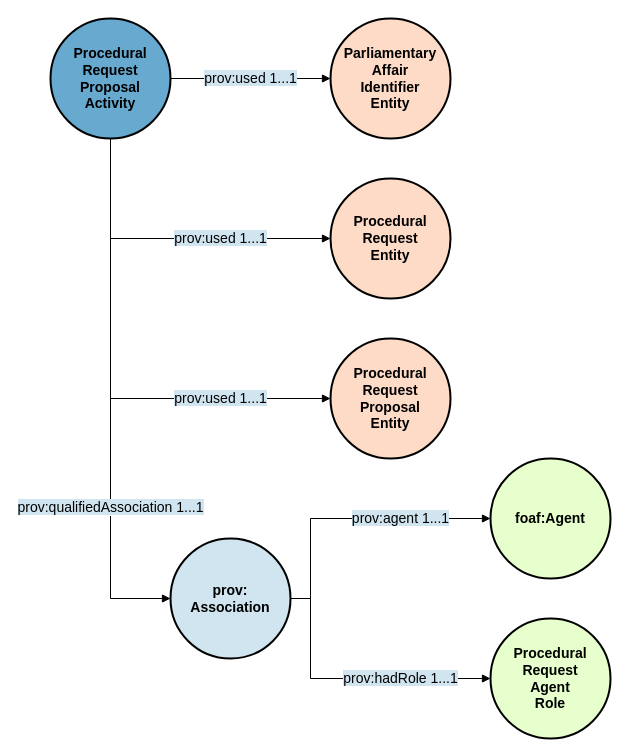
Earlier version of the draw.io diagram figures/procedural_request_proposal.drawio (swiss/ch-paf-link). Source tidied: cells renumbered, new cells numbered last; positions are measured from the earlier drawing's top-left corner, leaving out a move shared by most shapes. Both pictures are drawn from the tidied source at 100%, with x=0, y=0 at pixel (50, 18).
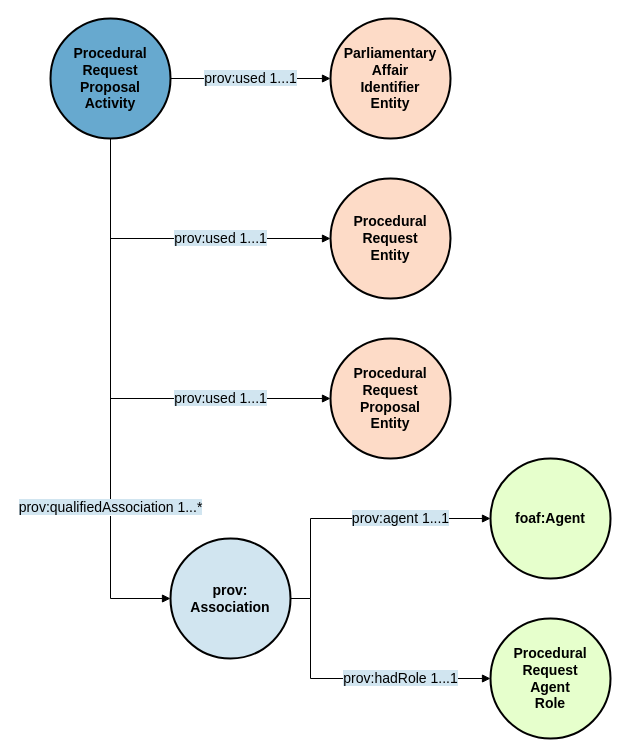
The same page after the edit.

Diff of the diagram source:
```diff
@@
 <mxGraphModel>
   <root>
     <mxCell id="0" />
     <mxCell id="1" parent="0" />
     <mxCell id="2" value="&lt;b&gt;Procedural&lt;/b&gt;&lt;div&gt;&lt;b&gt;Request&lt;/b&gt;&lt;/div&gt;&lt;div&gt;&lt;b&gt;Proposal&lt;/b&gt;&lt;/div&gt;&lt;div&gt;&lt;b&gt;Activity&lt;/b&gt;&lt;/div&gt;" style="ellipse;whiteSpace=wrap;html=1;rounded=0;shadow=0;glass=0;comic=0;strokeColor=#000000;strokeWidth=2;fillColor=#67A9CF;gradientColor=none;fontSize=14;fontColor=#000000;align=center;" parent="1" vertex="1">
       <mxGeometry width="120" height="120" as="geometry" />
     </mxCell>
     <mxCell id="3" value="&lt;b&gt;Parliamentary&lt;/b&gt;&lt;div&gt;&lt;b&gt;Affair&lt;/b&gt;&lt;/div&gt;&lt;div&gt;&lt;b&gt;Identifier&lt;/b&gt;&lt;/div&gt;&lt;div&gt;&lt;b&gt;Entity&lt;/b&gt;&lt;/div&gt;" style="ellipse;whiteSpace=wrap;html=1;rounded=0;shadow=0;glass=0;comic=0;strokeColor=#000000;strokeWidth=2;fillColor=#fddbc7;gradientColor=none;fontSize=14;fontColor=#000000;align=center;" parent="1" vertex="1">
       <mxGeometry x="280" width="120" height="120" as="geometry" />
     </mxCell>
     <mxCell id="4" value="&lt;span style=&quot;background-color: rgb(209, 229, 240);&quot;&gt;&lt;font&gt;prov:used 1...1&lt;/font&gt;&lt;/span&gt;" style="endArrow=block;html=1;strokeColor=#000000;fontSize=14;fontColor=#000000;endFill=1;exitX=1;exitY=0.5;exitDx=0;exitDy=0;entryX=0;entryY=0.5;entryDx=0;entryDy=0;edgeStyle=orthogonalEdgeStyle;rounded=0;curved=0;" parent="1" edge="1" source="2" target="3">
       <mxGeometry relative="1" as="geometry" />
     </mxCell>
     <mxCell id="5" value="&lt;b&gt;Procedural&lt;/b&gt;&lt;div&gt;&lt;b&gt;Request&lt;/b&gt;&lt;/div&gt;&lt;div&gt;&lt;b&gt;Entity&lt;/b&gt;&lt;/div&gt;" style="ellipse;whiteSpace=wrap;html=1;rounded=0;shadow=0;glass=0;comic=0;strokeColor=#000000;strokeWidth=2;fillColor=#fddbc7;gradientColor=none;fontSize=14;fontColor=#000000;align=center;" parent="1" vertex="1">
       <mxGeometry x="280" y="160" width="120" height="120" as="geometry" />
     </mxCell>
     <mxCell id="6" value="&lt;b&gt;Procedural&lt;/b&gt;&lt;div&gt;&lt;b&gt;Request&lt;/b&gt;&lt;/div&gt;&lt;div&gt;&lt;b&gt;Proposal&lt;/b&gt;&lt;/div&gt;&lt;div&gt;&lt;b&gt;Entity&lt;/b&gt;&lt;/div&gt;" style="ellipse;whiteSpace=wrap;html=1;rounded=0;shadow=0;glass=0;comic=0;strokeColor=#000000;strokeWidth=2;fillColor=#fddbc7;gradientColor=none;fontSize=14;fontColor=#000000;align=center;" parent="1" vertex="1">
       <mxGeometry x="280" y="320" width="120" height="120" as="geometry" />
     </mxCell>
     <mxCell id="7" value="&lt;b&gt;prov:&lt;br&gt;Association&lt;/b&gt;" style="ellipse;whiteSpace=wrap;html=1;rounded=0;shadow=0;glass=0;comic=0;strokeColor=#000000;strokeWidth=2;fillColor=#D1E5F0;gradientColor=none;fontSize=14;fontColor=#000000;align=center;" parent="1" vertex="1">
       <mxGeometry x="120" y="520" width="120" height="120" as="geometry" />
     </mxCell>
     <mxCell id="8" value="&lt;b&gt;foaf:Agent&lt;/b&gt;" style="ellipse;whiteSpace=wrap;html=1;rounded=0;shadow=0;glass=0;comic=0;strokeColor=#000000;strokeWidth=2;fillColor=#E6FFCC;gradientColor=none;fontSize=14;fontColor=#000000;align=center;" parent="1" vertex="1">
       <mxGeometry x="440" y="440" width="120" height="120" as="geometry" />
     </mxCell>
     <mxCell id="9" value="&lt;b&gt;Procedural&lt;/b&gt;&lt;div&gt;&lt;b&gt;Request&lt;/b&gt;&lt;/div&gt;&lt;div&gt;&lt;b&gt;Agent&lt;/b&gt;&lt;/div&gt;&lt;div&gt;&lt;b&gt;Role&lt;/b&gt;&lt;/div&gt;" style="ellipse;whiteSpace=wrap;html=1;rounded=0;shadow=0;glass=0;comic=0;strokeColor=#000000;strokeWidth=2;fillColor=#E6FFCC;gradientColor=none;fontSize=14;fontColor=#000000;align=center;" parent="1" vertex="1">
       <mxGeometry x="440" y="600" width="120" height="120" as="geometry" />
     </mxCell>
     <mxCell id="10" value="&lt;span style=&quot;background-color: rgb(209, 229, 240);&quot;&gt;&lt;font&gt;prov:used 1...1&lt;/font&gt;&lt;/span&gt;" style="endArrow=block;html=1;strokeColor=#000000;fontSize=14;fontColor=#000000;endFill=1;exitX=0.5;exitY=1;exitDx=0;exitDy=0;entryX=0;entryY=0.5;entryDx=0;entryDy=0;edgeStyle=orthogonalEdgeStyle;rounded=0;curved=0;" parent="1" edge="1" source="2" target="5">
       <mxGeometry x="0.31" relative="1" as="geometry" />
     </mxCell>
     <mxCell id="11" value="&lt;span style=&quot;background-color: rgb(209, 229, 240);&quot;&gt;&lt;font&gt;prov:used 1...1&lt;/font&gt;&lt;/span&gt;" style="endArrow=block;html=1;strokeColor=#000000;fontSize=14;fontColor=#000000;endFill=1;exitX=0.5;exitY=1;exitDx=0;exitDy=0;entryX=0;entryY=0.5;entryDx=0;entryDy=0;edgeStyle=orthogonalEdgeStyle;rounded=0;curved=0;" parent="1" edge="1" source="2" target="6">
       <mxGeometry x="0.54" relative="1" as="geometry" />
     </mxCell>
-    <mxCell id="12" value="&lt;span style=&quot;background-color: rgb(209, 229, 240);&quot;&gt;&lt;font&gt;prov:qualifiedAssociation 1...1&lt;/font&gt;&lt;/span&gt;" style="endArrow=block;html=1;strokeColor=#000000;fontSize=14;fontColor=#000000;endFill=1;exitX=0.5;exitY=1;exitDx=0;exitDy=0;entryX=0;entryY=0.5;entryDx=0;entryDy=0;edgeStyle=orthogonalEdgeStyle;rounded=0;curved=0;" parent="1" edge="1" source="2" target="7">
+    <mxCell id="12" value="&lt;span style=&quot;background-color: rgb(209, 229, 240);&quot;&gt;&lt;font&gt;prov:qualifiedAssociation 1...*&lt;/font&gt;&lt;/span&gt;" style="endArrow=block;html=1;strokeColor=#000000;fontSize=14;fontColor=#000000;endFill=1;exitX=0.5;exitY=1;exitDx=0;exitDy=0;entryX=0;entryY=0.5;entryDx=0;entryDy=0;edgeStyle=orthogonalEdgeStyle;rounded=0;curved=0;" parent="1" edge="1" source="2" target="7">
       <mxGeometry x="0.42" relative="1" as="geometry" />
     </mxCell>
     <mxCell id="13" value="&lt;span style=&quot;background-color: rgb(209, 229, 240);&quot;&gt;&lt;font&gt;prov:agent 1...1&lt;/font&gt;&lt;/span&gt;" style="endArrow=block;html=1;strokeColor=#000000;fontSize=14;fontColor=#000000;endFill=1;exitX=1;exitY=0.5;exitDx=0;exitDy=0;entryX=0;entryY=0.5;entryDx=0;entryDy=0;edgeStyle=orthogonalEdgeStyle;rounded=0;curved=0;" parent="1" edge="1" source="7" target="8">
       <mxGeometry x="0.36" relative="1" as="geometry">
         <Array as="points">
           <mxPoint x="260" y="580" />
           <mxPoint x="260" y="500" />
         </Array>
       </mxGeometry>
     </mxCell>
     <mxCell id="14" value="&lt;span style=&quot;background-color: rgb(209, 229, 240);&quot;&gt;&lt;font&gt;prov:hadRole 1...1&lt;/font&gt;&lt;/span&gt;" style="endArrow=block;html=1;strokeColor=#000000;fontSize=14;fontColor=#000000;endFill=1;exitX=1;exitY=0.5;exitDx=0;exitDy=0;entryX=0;entryY=0.5;entryDx=0;entryDy=0;edgeStyle=orthogonalEdgeStyle;rounded=0;curved=0;" parent="1" edge="1" source="7" target="9">
       <mxGeometry x="0.36" relative="1" as="geometry">
         <Array as="points">
           <mxPoint x="260" y="580" />
           <mxPoint x="260" y="660" />
         </Array>
       </mxGeometry>
     </mxCell>
   </root>
 </mxGraphModel>
```
